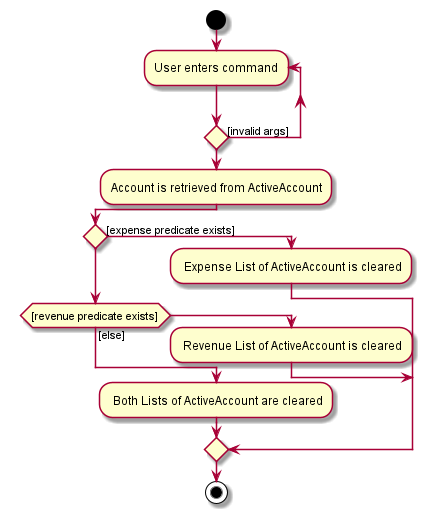
Above: docs/images/ClearActivityDiagram.png in nus-cs2103-AY2021S1/tp (PlantUML), before the change.
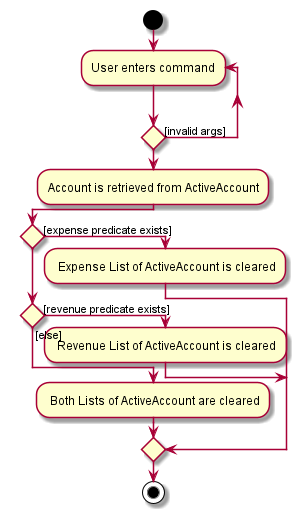
After the commit.

Commit message:
Fix Clear Activity Diagram

Diff of the diagram source:
```diff
@@ -6,11 +6,10 @@
 :Account is retrieved from ActiveAccount;
 if () then ([expense predicate exists])
 : Expense List of ActiveAccount is cleared;
-else if ([revenue predicate exists]);
+else if () then ([revenue predicate exists]);
 : Revenue List of ActiveAccount is cleared;
 else ([else]);
 : Both Lists of ActiveAccount are cleared;
-
 endif
 stop
 @enduml
```
